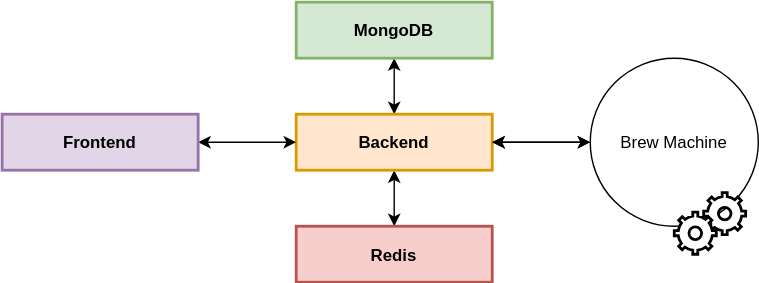
GeniALE/BrewController keeps this draw.io diagram as docs/assets/diagrams/architecture.drawio.svg. Above is the earlier version. Source tidied: cells renumbered, new cells last; positions are measured from the earlier drawing's top-left corner, leaving out a move shared by most shapes. Source of this version:
```xml
<mxGraphModel>
  <root>
    <mxCell id="0" />
    <mxCell id="1" parent="0" />
    <mxCell id="2" style="rounded=0;jettySize=auto;html=1;startArrow=classic;startFill=1;" parent="1" edge="1" source="4" target="5">
      <mxGeometry relative="1" as="geometry" />
    </mxCell>
    <mxCell id="3" style="edgeStyle=none;rounded=0;jettySize=auto;html=1;startArrow=classic;startFill=1;" parent="1" edge="1" source="4" target="6">
      <mxGeometry relative="1" as="geometry" />
    </mxCell>
    <mxCell id="4" value="Backend" style="fontStyle=1;fillColor=#ffe6cc;strokeColor=#d79b00;strokeWidth=2;" parent="1" vertex="1">
      <mxGeometry x="210" y="80" width="140" height="40" as="geometry" />
    </mxCell>
    <mxCell id="5" value="MongoDB" style="fontStyle=1;strokeWidth=2;fillColor=#d5e8d4;strokeColor=#82b366;" parent="1" vertex="1">
      <mxGeometry x="210" width="140" height="40" as="geometry" />
    </mxCell>
    <mxCell id="6" value="Redis" style="fontStyle=1;strokeWidth=2;fillColor=#f8cecc;strokeColor=#b85450;" parent="1" vertex="1">
      <mxGeometry x="210" y="160" width="140" height="40" as="geometry" />
    </mxCell>
    <mxCell id="7" style="edgeStyle=orthogonalEdgeStyle;rounded=0;jettySize=auto;html=1;startArrow=classic;startFill=1;" parent="1" edge="1" source="8" target="4">
      <mxGeometry relative="1" as="geometry" />
    </mxCell>
    <mxCell id="8" value="Frontend" style="fontStyle=1;fillColor=#e1d5e7;strokeColor=#9673a6;strokeWidth=2;" parent="1" vertex="1">
      <mxGeometry y="80" width="140" height="40" as="geometry" />
    </mxCell>
    <mxCell id="9" style="edgeStyle=none;rounded=0;jettySize=auto;html=1;startArrow=classic;startFill=1;" parent="1" edge="1" target="4">
      <mxGeometry relative="1" as="geometry">
        <mxPoint x="420" y="100" as="sourcePoint" />
      </mxGeometry>
    </mxCell>
    <mxCell id="10" style="edgeStyle=none;rounded=0;jettySize=auto;html=1;startArrow=classic;startFill=1;" parent="1" edge="1" source="12" target="4">
      <mxGeometry relative="1" as="geometry" />
    </mxCell>
    <mxCell id="11" style="group;" parent="1" vertex="1">
      <mxGeometry x="420" y="40" width="120" height="140" as="geometry" />
    </mxCell>
    <mxCell id="12" value="Brew Machine" style="ellipse;fillColor=#ffffff;strokeColor=#000000;" parent="11" vertex="1">
      <mxGeometry width="120" height="120" as="geometry" />
    </mxCell>
    <mxCell id="13" style="html=1;verticalLabelPosition=bottom;align=center;labelBackgroundColor=#ffffff;verticalAlign=top;strokeWidth=2;shadow=0;dashed=0;shape=mxgraph.ios7.icons.settings;" parent="11" vertex="1">
      <mxGeometry x="81" y="96" width="30" height="30" as="geometry" />
    </mxCell>
    <mxCell id="14" style="html=1;verticalLabelPosition=bottom;align=center;labelBackgroundColor=#ffffff;verticalAlign=top;strokeWidth=2;shadow=0;dashed=0;shape=mxgraph.ios7.icons.settings;" parent="11" vertex="1">
      <mxGeometry x="60" y="110" width="30" height="30" as="geometry" />
    </mxCell>
  </root>
</mxGraphModel>
```
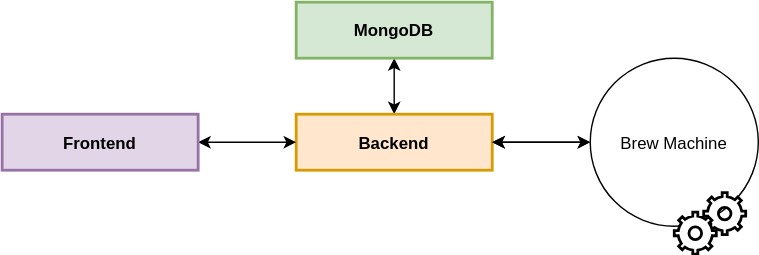
After the commit.

Change to the diagram source:
```diff
@@ -5,18 +5,12 @@
     <mxCell id="2" style="rounded=0;jettySize=auto;html=1;startArrow=classic;startFill=1;" parent="1" edge="1" source="4" target="5">
       <mxGeometry relative="1" as="geometry" />
     </mxCell>
-    <mxCell id="3" style="edgeStyle=none;rounded=0;jettySize=auto;html=1;startArrow=classic;startFill=1;" parent="1" edge="1" source="4" target="6">
-      <mxGeometry relative="1" as="geometry" />
-    </mxCell>
     <mxCell id="4" value="Backend" style="fontStyle=1;fillColor=#ffe6cc;strokeColor=#d79b00;strokeWidth=2;" parent="1" vertex="1">
       <mxGeometry x="210" y="80" width="140" height="40" as="geometry" />
     </mxCell>
     <mxCell id="5" value="MongoDB" style="fontStyle=1;strokeWidth=2;fillColor=#d5e8d4;strokeColor=#82b366;" parent="1" vertex="1">
       <mxGeometry x="210" width="140" height="40" as="geometry" />
     </mxCell>
-    <mxCell id="6" value="Redis" style="fontStyle=1;strokeWidth=2;fillColor=#f8cecc;strokeColor=#b85450;" parent="1" vertex="1">
-      <mxGeometry x="210" y="160" width="140" height="40" as="geometry" />
-    </mxCell>
     <mxCell id="7" style="edgeStyle=orthogonalEdgeStyle;rounded=0;jettySize=auto;html=1;startArrow=classic;startFill=1;" parent="1" edge="1" source="8" target="4">
       <mxGeometry relative="1" as="geometry" />
     </mxCell>
```
